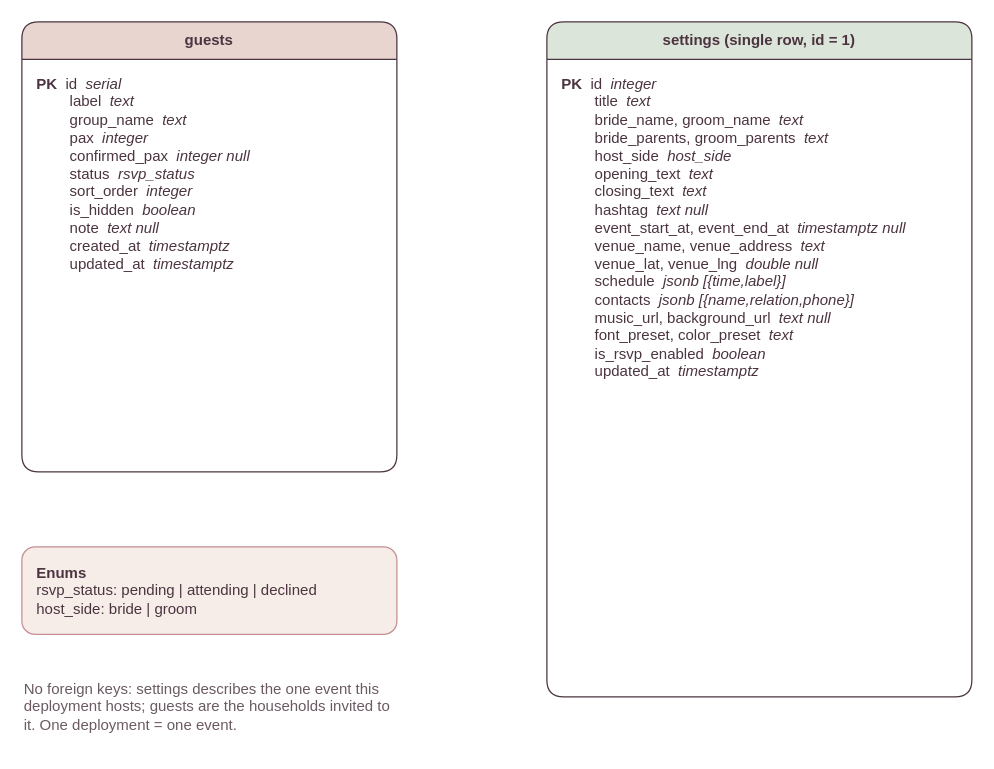
The draw.io diagram diagrams/erd.drawio in ellyboy98/card-tunang-product, before the edit. Source tidied: cells renumbered, new cells numbered last; positions are measured from the earlier drawing's top-left corner, leaving out a move shared by most shapes. Both pictures are drawn from the tidied source at 125%, with x=0, y=0 at pixel (21, 21).
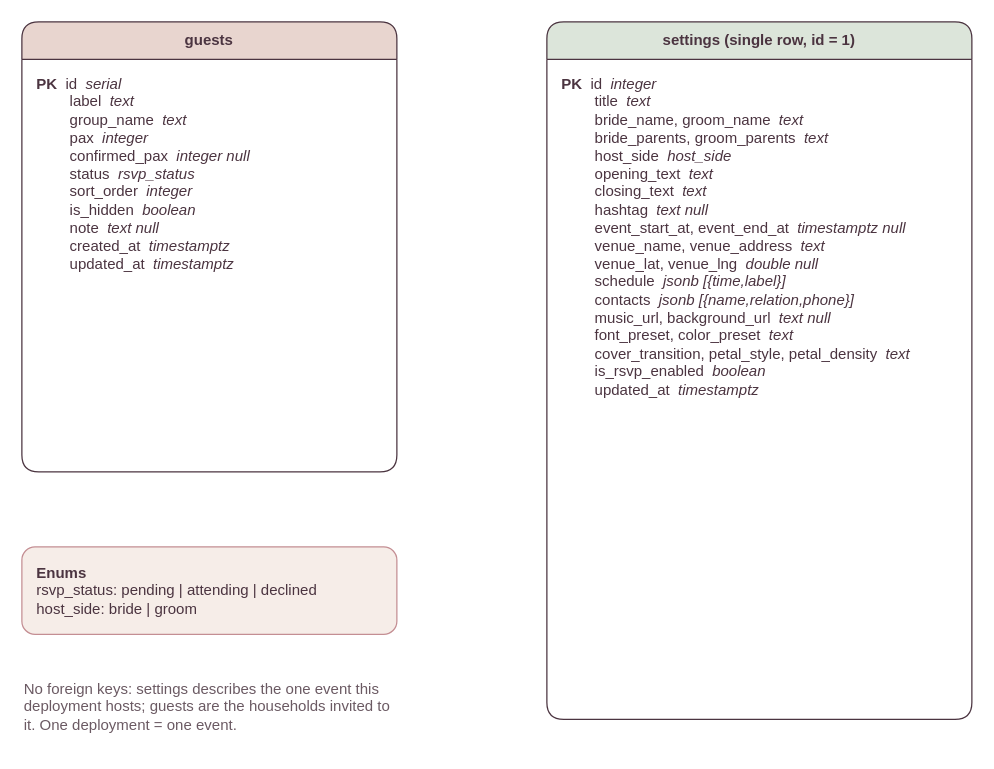
The same page after the edit.

The edit, as a diff of the source:
```diff
@@
 <mxGraphModel>
   <root>
     <mxCell id="0" />
     <mxCell id="1" parent="0" />
     <mxCell id="2" value="guests" style="swimlane;fontStyle=1;horizontal=1;startSize=30;whiteSpace=wrap;html=1;fillColor=#E8D5CF;strokeColor=#4B3440;fontColor=#4B3440;rounded=1;" parent="1" vertex="1">
       <mxGeometry width="300" height="360" as="geometry" />
     </mxCell>
     <mxCell id="3" value="&lt;b&gt;PK&lt;/b&gt;&amp;nbsp;&amp;nbsp;id&amp;nbsp;&amp;nbsp;&lt;i&gt;serial&lt;/i&gt;&lt;br&gt;&amp;nbsp;&amp;nbsp;&amp;nbsp;&amp;nbsp;&amp;nbsp;&amp;nbsp;&amp;nbsp;&amp;nbsp;label&amp;nbsp;&amp;nbsp;&lt;i&gt;text&lt;/i&gt;&lt;br&gt;&amp;nbsp;&amp;nbsp;&amp;nbsp;&amp;nbsp;&amp;nbsp;&amp;nbsp;&amp;nbsp;&amp;nbsp;group_name&amp;nbsp;&amp;nbsp;&lt;i&gt;text&lt;/i&gt;&lt;br&gt;&amp;nbsp;&amp;nbsp;&amp;nbsp;&amp;nbsp;&amp;nbsp;&amp;nbsp;&amp;nbsp;&amp;nbsp;pax&amp;nbsp;&amp;nbsp;&lt;i&gt;integer&lt;/i&gt;&lt;br&gt;&amp;nbsp;&amp;nbsp;&amp;nbsp;&amp;nbsp;&amp;nbsp;&amp;nbsp;&amp;nbsp;&amp;nbsp;confirmed_pax&amp;nbsp;&amp;nbsp;&lt;i&gt;integer null&lt;/i&gt;&lt;br&gt;&amp;nbsp;&amp;nbsp;&amp;nbsp;&amp;nbsp;&amp;nbsp;&amp;nbsp;&amp;nbsp;&amp;nbsp;status&amp;nbsp;&amp;nbsp;&lt;i&gt;rsvp_status&lt;/i&gt;&lt;br&gt;&amp;nbsp;&amp;nbsp;&amp;nbsp;&amp;nbsp;&amp;nbsp;&amp;nbsp;&amp;nbsp;&amp;nbsp;sort_order&amp;nbsp;&amp;nbsp;&lt;i&gt;integer&lt;/i&gt;&lt;br&gt;&amp;nbsp;&amp;nbsp;&amp;nbsp;&amp;nbsp;&amp;nbsp;&amp;nbsp;&amp;nbsp;&amp;nbsp;is_hidden&amp;nbsp;&amp;nbsp;&lt;i&gt;boolean&lt;/i&gt;&lt;br&gt;&amp;nbsp;&amp;nbsp;&amp;nbsp;&amp;nbsp;&amp;nbsp;&amp;nbsp;&amp;nbsp;&amp;nbsp;note&amp;nbsp;&amp;nbsp;&lt;i&gt;text null&lt;/i&gt;&lt;br&gt;&amp;nbsp;&amp;nbsp;&amp;nbsp;&amp;nbsp;&amp;nbsp;&amp;nbsp;&amp;nbsp;&amp;nbsp;created_at&amp;nbsp;&amp;nbsp;&lt;i&gt;timestamptz&lt;/i&gt;&lt;br&gt;&amp;nbsp;&amp;nbsp;&amp;nbsp;&amp;nbsp;&amp;nbsp;&amp;nbsp;&amp;nbsp;&amp;nbsp;updated_at&amp;nbsp;&amp;nbsp;&lt;i&gt;timestamptz&lt;/i&gt;" style="text;strokeColor=none;fillColor=none;align=left;verticalAlign=top;spacingLeft=10;spacingTop=6;spacingRight=4;whiteSpace=wrap;html=1;fontSize=12;fontColor=#4B3440;" parent="2" vertex="1">
       <mxGeometry y="30" width="300" height="330" as="geometry" />
     </mxCell>
     <mxCell id="4" value="settings  (single row, id = 1)" style="swimlane;fontStyle=1;horizontal=1;startSize=30;whiteSpace=wrap;html=1;fillColor=#DCE5DA;strokeColor=#4B3440;fontColor=#4B3440;rounded=1;" parent="1" vertex="1">
-      <mxGeometry x="420" width="340" height="540" as="geometry" />
+      <mxGeometry x="420" width="340" height="558" as="geometry" />
     </mxCell>
-    <mxCell id="5" value="&lt;b&gt;PK&lt;/b&gt;&amp;nbsp;&amp;nbsp;id&amp;nbsp;&amp;nbsp;&lt;i&gt;integer&lt;/i&gt;&lt;br&gt;&amp;nbsp;&amp;nbsp;&amp;nbsp;&amp;nbsp;&amp;nbsp;&amp;nbsp;&amp;nbsp;&amp;nbsp;title&amp;nbsp;&amp;nbsp;&lt;i&gt;text&lt;/i&gt;&lt;br&gt;&amp;nbsp;&amp;nbsp;&amp;nbsp;&amp;nbsp;&amp;nbsp;&amp;nbsp;&amp;nbsp;&amp;nbsp;bride_name, groom_name&amp;nbsp;&amp;nbsp;&lt;i&gt;text&lt;/i&gt;&lt;br&gt;&amp;nbsp;&amp;nbsp;&amp;nbsp;&amp;nbsp;&amp;nbsp;&amp;nbsp;&amp;nbsp;&amp;nbsp;bride_parents, groom_parents&amp;nbsp;&amp;nbsp;&lt;i&gt;text&lt;/i&gt;&lt;br&gt;&amp;nbsp;&amp;nbsp;&amp;nbsp;&amp;nbsp;&amp;nbsp;&amp;nbsp;&amp;nbsp;&amp;nbsp;host_side&amp;nbsp;&amp;nbsp;&lt;i&gt;host_side&lt;/i&gt;&lt;br&gt;&amp;nbsp;&amp;nbsp;&amp;nbsp;&amp;nbsp;&amp;nbsp;&amp;nbsp;&amp;nbsp;&amp;nbsp;opening_text&amp;nbsp;&amp;nbsp;&lt;i&gt;text&lt;/i&gt;&lt;br&gt;&amp;nbsp;&amp;nbsp;&amp;nbsp;&amp;nbsp;&amp;nbsp;&amp;nbsp;&amp;nbsp;&amp;nbsp;closing_text&amp;nbsp;&amp;nbsp;&lt;i&gt;text&lt;/i&gt;&lt;br&gt;&amp;nbsp;&amp;nbsp;&amp;nbsp;&amp;nbsp;&amp;nbsp;&amp;nbsp;&amp;nbsp;&amp;nbsp;hashtag&amp;nbsp;&amp;nbsp;&lt;i&gt;text null&lt;/i&gt;&lt;br&gt;&amp;nbsp;&amp;nbsp;&amp;nbsp;&amp;nbsp;&amp;nbsp;&amp;nbsp;&amp;nbsp;&amp;nbsp;event_start_at, event_end_at&amp;nbsp;&amp;nbsp;&lt;i&gt;timestamptz null&lt;/i&gt;&lt;br&gt;&amp;nbsp;&amp;nbsp;&amp;nbsp;&amp;nbsp;&amp;nbsp;&amp;nbsp;&amp;nbsp;&amp;nbsp;venue_name, venue_address&amp;nbsp;&amp;nbsp;&lt;i&gt;text&lt;/i&gt;&lt;br&gt;&amp;nbsp;&amp;nbsp;&amp;nbsp;&amp;nbsp;&amp;nbsp;&amp;nbsp;&amp;nbsp;&amp;nbsp;venue_lat, venue_lng&amp;nbsp;&amp;nbsp;&lt;i&gt;double null&lt;/i&gt;&lt;br&gt;&amp;nbsp;&amp;nbsp;&amp;nbsp;&amp;nbsp;&amp;nbsp;&amp;nbsp;&amp;nbsp;&amp;nbsp;schedule&amp;nbsp;&amp;nbsp;&lt;i&gt;jsonb [{time,label}]&lt;/i&gt;&lt;br&gt;&amp;nbsp;&amp;nbsp;&amp;nbsp;&amp;nbsp;&amp;nbsp;&amp;nbsp;&amp;nbsp;&amp;nbsp;contacts&amp;nbsp;&amp;nbsp;&lt;i&gt;jsonb [{name,relation,phone}]&lt;/i&gt;&lt;br&gt;&amp;nbsp;&amp;nbsp;&amp;nbsp;&amp;nbsp;&amp;nbsp;&amp;nbsp;&amp;nbsp;&amp;nbsp;music_url, background_url&amp;nbsp;&amp;nbsp;&lt;i&gt;text null&lt;/i&gt;&lt;br&gt;&amp;nbsp;&amp;nbsp;&amp;nbsp;&amp;nbsp;&amp;nbsp;&amp;nbsp;&amp;nbsp;&amp;nbsp;font_preset, color_preset&amp;nbsp;&amp;nbsp;&lt;i&gt;text&lt;/i&gt;&lt;br&gt;&amp;nbsp;&amp;nbsp;&amp;nbsp;&amp;nbsp;&amp;nbsp;&amp;nbsp;&amp;nbsp;&amp;nbsp;is_rsvp_enabled&amp;nbsp;&amp;nbsp;&lt;i&gt;boolean&lt;/i&gt;&lt;br&gt;&amp;nbsp;&amp;nbsp;&amp;nbsp;&amp;nbsp;&amp;nbsp;&amp;nbsp;&amp;nbsp;&amp;nbsp;updated_at&amp;nbsp;&amp;nbsp;&lt;i&gt;timestamptz&lt;/i&gt;" style="text;strokeColor=none;fillColor=none;align=left;verticalAlign=top;spacingLeft=10;spacingTop=6;spacingRight=4;whiteSpace=wrap;html=1;fontSize=12;fontColor=#4B3440;" parent="4" vertex="1">
-      <mxGeometry y="30" width="340" height="510" as="geometry" />
+    <mxCell id="5" value="&lt;b&gt;PK&lt;/b&gt;&amp;nbsp;&amp;nbsp;id&amp;nbsp;&amp;nbsp;&lt;i&gt;integer&lt;/i&gt;&lt;br&gt;&amp;nbsp;&amp;nbsp;&amp;nbsp;&amp;nbsp;&amp;nbsp;&amp;nbsp;&amp;nbsp;&amp;nbsp;title&amp;nbsp;&amp;nbsp;&lt;i&gt;text&lt;/i&gt;&lt;br&gt;&amp;nbsp;&amp;nbsp;&amp;nbsp;&amp;nbsp;&amp;nbsp;&amp;nbsp;&amp;nbsp;&amp;nbsp;bride_name, groom_name&amp;nbsp;&amp;nbsp;&lt;i&gt;text&lt;/i&gt;&lt;br&gt;&amp;nbsp;&amp;nbsp;&amp;nbsp;&amp;nbsp;&amp;nbsp;&amp;nbsp;&amp;nbsp;&amp;nbsp;bride_parents, groom_parents&amp;nbsp;&amp;nbsp;&lt;i&gt;text&lt;/i&gt;&lt;br&gt;&amp;nbsp;&amp;nbsp;&amp;nbsp;&amp;nbsp;&amp;nbsp;&amp;nbsp;&amp;nbsp;&amp;nbsp;host_side&amp;nbsp;&amp;nbsp;&lt;i&gt;host_side&lt;/i&gt;&lt;br&gt;&amp;nbsp;&amp;nbsp;&amp;nbsp;&amp;nbsp;&amp;nbsp;&amp;nbsp;&amp;nbsp;&amp;nbsp;opening_text&amp;nbsp;&amp;nbsp;&lt;i&gt;text&lt;/i&gt;&lt;br&gt;&amp;nbsp;&amp;nbsp;&amp;nbsp;&amp;nbsp;&amp;nbsp;&amp;nbsp;&amp;nbsp;&amp;nbsp;closing_text&amp;nbsp;&amp;nbsp;&lt;i&gt;text&lt;/i&gt;&lt;br&gt;&amp;nbsp;&amp;nbsp;&amp;nbsp;&amp;nbsp;&amp;nbsp;&amp;nbsp;&amp;nbsp;&amp;nbsp;hashtag&amp;nbsp;&amp;nbsp;&lt;i&gt;text null&lt;/i&gt;&lt;br&gt;&amp;nbsp;&amp;nbsp;&amp;nbsp;&amp;nbsp;&amp;nbsp;&amp;nbsp;&amp;nbsp;&amp;nbsp;event_start_at, event_end_at&amp;nbsp;&amp;nbsp;&lt;i&gt;timestamptz null&lt;/i&gt;&lt;br&gt;&amp;nbsp;&amp;nbsp;&amp;nbsp;&amp;nbsp;&amp;nbsp;&amp;nbsp;&amp;nbsp;&amp;nbsp;venue_name, venue_address&amp;nbsp;&amp;nbsp;&lt;i&gt;text&lt;/i&gt;&lt;br&gt;&amp;nbsp;&amp;nbsp;&amp;nbsp;&amp;nbsp;&amp;nbsp;&amp;nbsp;&amp;nbsp;&amp;nbsp;venue_lat, venue_lng&amp;nbsp;&amp;nbsp;&lt;i&gt;double null&lt;/i&gt;&lt;br&gt;&amp;nbsp;&amp;nbsp;&amp;nbsp;&amp;nbsp;&amp;nbsp;&amp;nbsp;&amp;nbsp;&amp;nbsp;schedule&amp;nbsp;&amp;nbsp;&lt;i&gt;jsonb [{time,label}]&lt;/i&gt;&lt;br&gt;&amp;nbsp;&amp;nbsp;&amp;nbsp;&amp;nbsp;&amp;nbsp;&amp;nbsp;&amp;nbsp;&amp;nbsp;contacts&amp;nbsp;&amp;nbsp;&lt;i&gt;jsonb [{name,relation,phone}]&lt;/i&gt;&lt;br&gt;&amp;nbsp;&amp;nbsp;&amp;nbsp;&amp;nbsp;&amp;nbsp;&amp;nbsp;&amp;nbsp;&amp;nbsp;music_url, background_url&amp;nbsp;&amp;nbsp;&lt;i&gt;text null&lt;/i&gt;&lt;br&gt;&amp;nbsp;&amp;nbsp;&amp;nbsp;&amp;nbsp;&amp;nbsp;&amp;nbsp;&amp;nbsp;&amp;nbsp;font_preset, color_preset&amp;nbsp;&amp;nbsp;&lt;i&gt;text&lt;/i&gt;&lt;br&gt;&amp;nbsp;&amp;nbsp;&amp;nbsp;&amp;nbsp;&amp;nbsp;&amp;nbsp;&amp;nbsp;&amp;nbsp;cover_transition, petal_style, petal_density&amp;nbsp;&amp;nbsp;&lt;i&gt;text&lt;/i&gt;&lt;br&gt;&amp;nbsp;&amp;nbsp;&amp;nbsp;&amp;nbsp;&amp;nbsp;&amp;nbsp;&amp;nbsp;&amp;nbsp;is_rsvp_enabled&amp;nbsp;&amp;nbsp;&lt;i&gt;boolean&lt;/i&gt;&lt;br&gt;&amp;nbsp;&amp;nbsp;&amp;nbsp;&amp;nbsp;&amp;nbsp;&amp;nbsp;&amp;nbsp;&amp;nbsp;updated_at&amp;nbsp;&amp;nbsp;&lt;i&gt;timestamptz&lt;/i&gt;" style="text;strokeColor=none;fillColor=none;align=left;verticalAlign=top;spacingLeft=10;spacingTop=6;spacingRight=4;whiteSpace=wrap;html=1;fontSize=12;fontColor=#4B3440;" parent="4" vertex="1">
+      <mxGeometry y="30" width="340" height="528" as="geometry" />
     </mxCell>
     <mxCell id="6" value="&lt;b&gt;Enums&lt;/b&gt;&lt;br&gt;rsvp_status: pending | attending | declined&lt;br&gt;host_side: bride | groom" style="rounded=1;whiteSpace=wrap;html=1;align=left;spacingLeft=10;fillColor=#F6EDE8;strokeColor=#C48E93;fontColor=#4B3440;fontSize=12;" parent="1" vertex="1">
       <mxGeometry y="420" width="300" height="70" as="geometry" />
     </mxCell>
     <mxCell id="7" value="No foreign keys: settings describes the one event this deployment hosts; guests are the households invited to it. One deployment = one event." style="text;html=1;align=left;verticalAlign=top;whiteSpace=wrap;fontSize=12;fontColor=#6B5A63;" parent="1" vertex="1">
       <mxGeometry y="520" width="300" height="60" as="geometry" />
     </mxCell>
   </root>
 </mxGraphModel>
```
